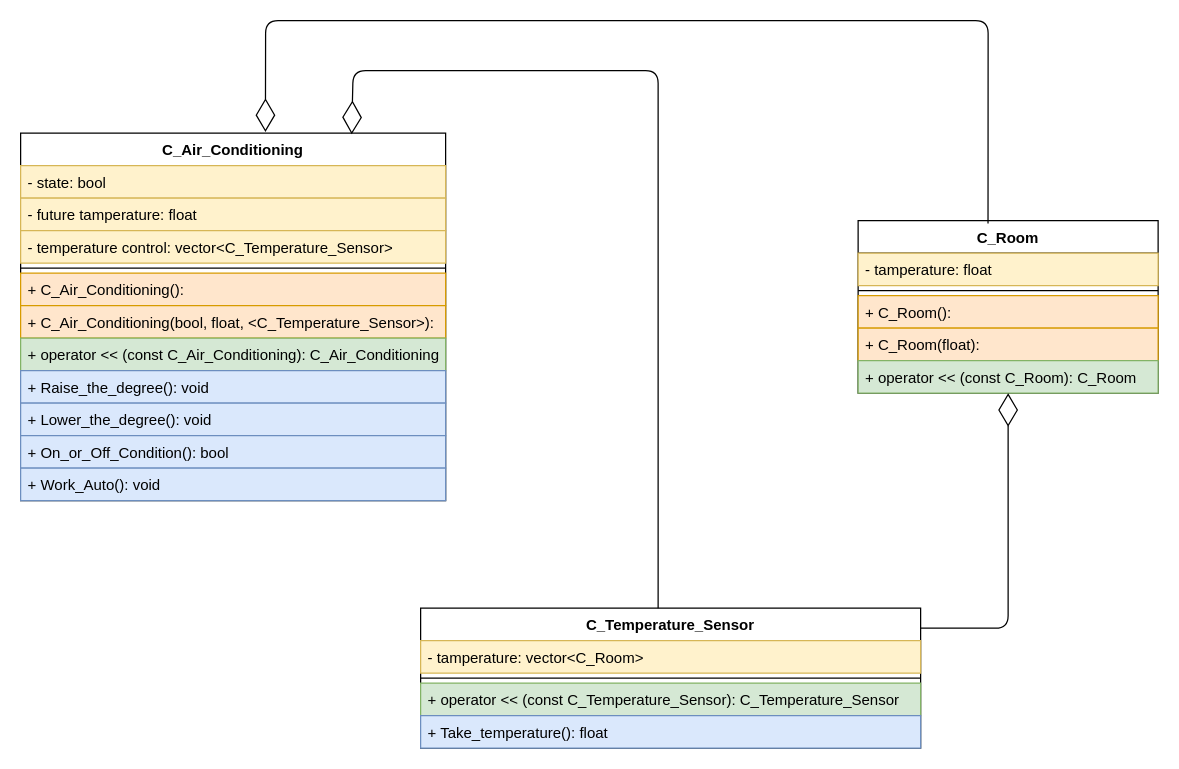
Above: CW6.drawio in Omlet144/UML (draw.io), before the change. Source tidied: cells renumbered, new cells numbered last; positions are measured from the earlier drawing's top-left corner, leaving out a move shared by most shapes. Both pictures are drawn from the tidied source at 125%, with x=0, y=0 at pixel (20, 20).
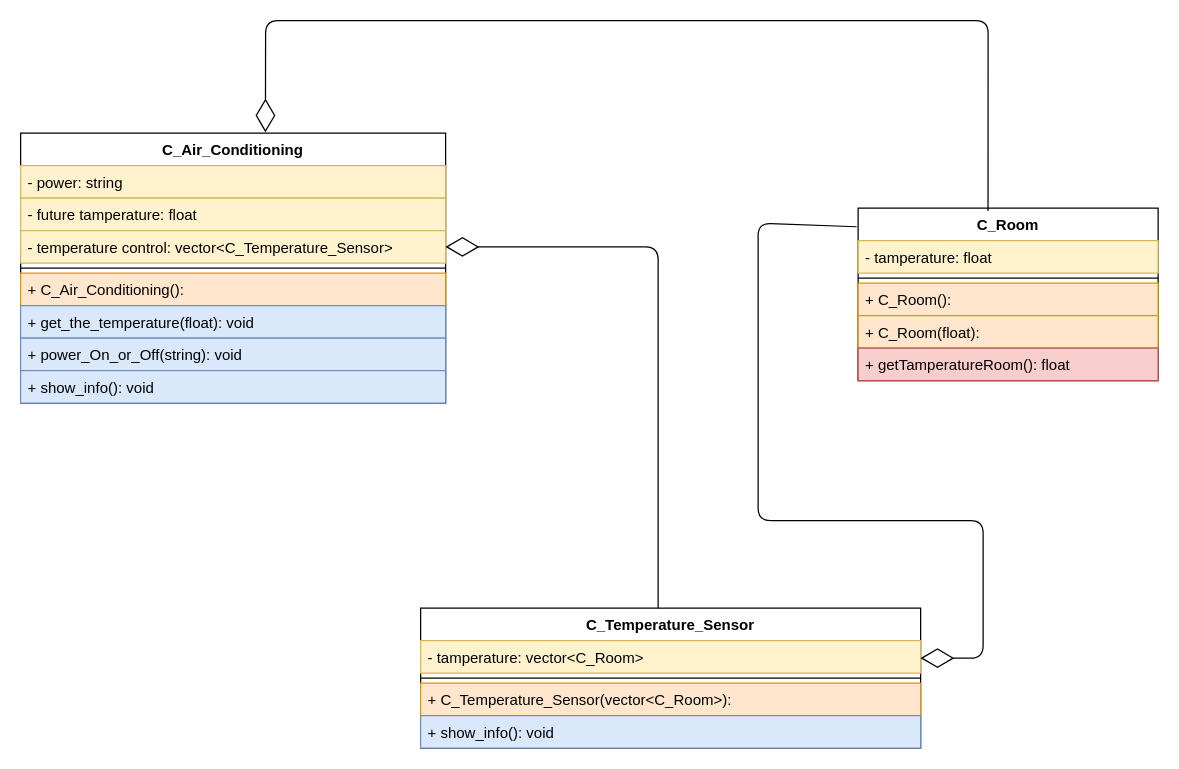
After the change.

The change refers to these unchanged cells:
```xml
<mxCell id="2" value="C_Temperature_Sensor" style="swimlane;fontStyle=1;align=center;verticalAlign=top;horizontal=1;startSize=26;" parent="1" vertex="1">
  <mxGeometry x="320" y="470" width="400" height="112" as="geometry" />
</mxCell>
<mxCell id="10" value="- temperature control: vector&lt;C_Temperature_Sensor&gt;" style="text;strokeColor=#d6b656;fillColor=#fff2cc;align=left;verticalAlign=top;spacingLeft=4;spacingRight=4;overflow=hidden;points=[[0,0.5],[1,0.5]];portConstraint=eastwest;" parent="7" vertex="1">
  <mxGeometry y="78" width="340" height="26" as="geometry" />
</mxCell>
```

Change to the diagram source:
```diff
@@
+    <mxCell id="28" value="+ C_Temperature_Sensor(vector&lt;C_Room&gt;):" style="text;strokeColor=#d79b00;fillColor=#ffe6cc;align=left;verticalAlign=top;spacingLeft=4;spacingRight=4;overflow=hidden;" parent="2" vertex="1">
+      <mxGeometry y="60" width="400" height="26" as="geometry" />
+    </mxCell>
-    <mxCell id="5" value="+ operator &lt;&lt; (const C_Temperature_Sensor): C_Temperature_Sensor" style="text;strokeColor=#82b366;fillColor=#d5e8d4;align=left;verticalAlign=top;spacingLeft=4;spacingRight=4;overflow=hidden;" parent="2" vertex="1">
-      <mxGeometry y="60" width="400" height="26" as="geometry" />
+    <mxCell id="5" value="+ show_info(): void" style="text;strokeColor=#6c8ebf;fillColor=#dae8fc;align=left;verticalAlign=top;spacingLeft=4;spacingRight=4;overflow=hidden;" parent="2" vertex="1">
+      <mxGeometry y="86" width="400" height="26" as="geometry" />
     </mxCell>
-    <mxCell id="6" value="+ Take_temperature(): float" style="text;strokeColor=#6c8ebf;fillColor=#dae8fc;align=left;verticalAlign=top;spacingLeft=4;spacingRight=4;overflow=hidden;" parent="2" vertex="1">
-      <mxGeometry y="86" width="400" height="26" as="geometry" />
-    </mxCell>
     <mxCell id="7" value="C_Air_Conditioning" style="swimlane;fontStyle=1;align=center;verticalAlign=top;horizontal=1;startSize=26;" parent="1" vertex="1">
-      <mxGeometry y="90" width="340" height="294" as="geometry" />
+      <mxGeometry y="90" width="340" height="216" as="geometry" />
     </mxCell>
-    <mxCell id="8" value="- state: bool" style="text;strokeColor=#d6b656;fillColor=#fff2cc;align=left;verticalAlign=top;spacingLeft=4;spacingRight=4;overflow=hidden;" parent="7" vertex="1">
+    <mxCell id="8" value="- power: string" style="text;strokeColor=#d6b656;fillColor=#fff2cc;align=left;verticalAlign=top;spacingLeft=4;spacingRight=4;overflow=hidden;" parent="7" vertex="1">
       <mxGeometry y="26" width="340" height="26" as="geometry" />
     </mxCell>
@@
-    <mxCell id="13" value="+ C_Air_Conditioning(bool, float, &lt;C_Temperature_Sensor&gt;):" style="text;strokeColor=#d79b00;fillColor=#ffe6cc;align=left;verticalAlign=top;spacingLeft=4;spacingRight=4;overflow=hidden;" parent="7" vertex="1">
-      <mxGeometry y="138" width="340" height="26" as="geometry" />
-    </mxCell>
-    <mxCell id="14" value="+ operator &lt;&lt; (const C_Air_Conditioning): C_Air_Conditioning" style="text;strokeColor=#82b366;fillColor=#d5e8d4;align=left;verticalAlign=top;spacingLeft=4;spacingRight=4;overflow=hidden;" parent="7" vertex="1">
-      <mxGeometry y="164" width="340" height="26" as="geometry" />
-    </mxCell>
-    <mxCell id="15" value="+ Raise_the_degree(): void" style="text;strokeColor=#6c8ebf;fillColor=#dae8fc;align=left;verticalAlign=top;spacingLeft=4;spacingRight=4;overflow=hidden;" parent="7" vertex="1">
-      <mxGeometry y="190" width="340" height="26" as="geometry" />
-    </mxCell>
-    <mxCell id="16" value="+ Lower_the_degree(): void" style="text;strokeColor=#6c8ebf;fillColor=#dae8fc;align=left;verticalAlign=top;spacingLeft=4;spacingRight=4;overflow=hidden;" parent="7" vertex="1">
-      <mxGeometry y="216" width="340" height="26" as="geometry" />
-    </mxCell>
-    <mxCell id="17" value="+ On_or_Off_Condition(): bool" style="text;strokeColor=#6c8ebf;fillColor=#dae8fc;align=left;verticalAlign=top;spacingLeft=4;spacingRight=4;overflow=hidden;" parent="7" vertex="1">
-      <mxGeometry y="242" width="340" height="26" as="geometry" />
-    </mxCell>
+    <mxCell id="29" value="+ get_the_temperature(float): void" style="text;strokeColor=#6c8ebf;fillColor=#dae8fc;align=left;verticalAlign=top;spacingLeft=4;spacingRight=4;overflow=hidden;" parent="7" vertex="1">
+      <mxGeometry y="138" width="340" height="26" as="geometry" />
+    </mxCell>
-    <mxCell id="18" value="+ Work_Auto(): void" style="text;strokeColor=#6c8ebf;fillColor=#dae8fc;align=left;verticalAlign=top;spacingLeft=4;spacingRight=4;overflow=hidden;" parent="7" vertex="1">
-      <mxGeometry y="268" width="340" height="26" as="geometry" />
+    <mxCell id="18" value="+ power_On_or_Off(string): void" style="text;strokeColor=#6c8ebf;fillColor=#dae8fc;align=left;verticalAlign=top;spacingLeft=4;spacingRight=4;overflow=hidden;" parent="7" vertex="1">
+      <mxGeometry y="164" width="340" height="26" as="geometry" />
     </mxCell>
+    <mxCell id="30" value="+ show_info(): void" style="text;strokeColor=#6c8ebf;fillColor=#dae8fc;align=left;verticalAlign=top;spacingLeft=4;spacingRight=4;overflow=hidden;" parent="7" vertex="1">
+      <mxGeometry y="190" width="340" height="26" as="geometry" />
+    </mxCell>
     <mxCell id="19" value="C_Room" style="swimlane;fontStyle=1;align=center;verticalAlign=top;horizontal=1;startSize=26;" parent="1" vertex="1">
-      <mxGeometry x="670" y="160" width="240" height="138" as="geometry" />
+      <mxGeometry x="670" y="150" width="240" height="138" as="geometry" />
     </mxCell>
@@
-    <mxCell id="24" value="+ operator &lt;&lt; (const C_Room): C_Room" style="text;strokeColor=#82b366;fillColor=#d5e8d4;align=left;verticalAlign=top;spacingLeft=4;spacingRight=4;overflow=hidden;" parent="19" vertex="1">
-      <mxGeometry y="112" width="240" height="26" as="geometry" />
-    </mxCell>
+    <mxCell id="31" value="+ getTamperatureRoom(): float" style="text;strokeColor=#b85450;fillColor=#f8cecc;align=left;verticalAlign=top;spacingLeft=4;spacingRight=4;overflow=hidden;" parent="19" vertex="1">
+      <mxGeometry y="112" width="240" height="26" as="geometry" />
+    </mxCell>
-    <mxCell id="25" style="endArrow=diamondThin;endFill=0;endSize=24;html=1;exitX=0.475;exitY=0;exitDx=0;exitDy=0;exitPerimeter=0;entryX=0.779;entryY=0.003;entryDx=0;entryDy=0;entryPerimeter=0;" parent="1" edge="1" source="2" target="7">
+    <mxCell id="25" style="endArrow=diamondThin;endFill=0;endSize=24;html=1;exitX=0.475;exitY=0;exitDx=0;exitDy=0;exitPerimeter=0;entryX=1;entryY=0.5;entryDx=0;entryDy=0;" parent="1" edge="1" source="2" target="10">
       <mxGeometry relative="1" as="geometry">
         <Array as="points">
-          <mxPoint x="510" y="40" />
-          <mxPoint x="266" y="40" />
+          <mxPoint x="510" y="181" />
+          <mxPoint x="390" y="181" />
         </Array>
       </mxGeometry>
     </mxCell>
@@
-    <mxCell id="27" style="endArrow=diamondThin;endFill=0;endSize=24;html=1;entryX=0.5;entryY=1;entryDx=0;entryDy=0;exitX=1;exitY=0.143;exitDx=0;exitDy=0;exitPerimeter=0;" parent="1" edge="1" source="2" target="19">
-      <mxGeometry relative="1" as="geometry">
-        <Array as="points">
-          <mxPoint x="790" y="486" />
-        </Array>
-      </mxGeometry>
-    </mxCell>
+    <mxCell id="32" style="endArrow=diamondThin;endFill=0;endSize=24;html=1;exitX=-0.005;exitY=0.108;exitDx=0;exitDy=0;entryX=1;entryY=0.5;entryDx=0;entryDy=0;exitPerimeter=0;" parent="1" edge="1" source="19">
+      <mxGeometry relative="1" as="geometry">
+        <mxPoint x="720" y="510" as="targetPoint" />
+        <Array as="points">
+          <mxPoint x="590" y="162" />
+          <mxPoint x="590" y="400" />
+          <mxPoint x="770" y="400" />
+          <mxPoint x="770" y="510" />
+        </Array>
+      </mxGeometry>
+    </mxCell>
```
